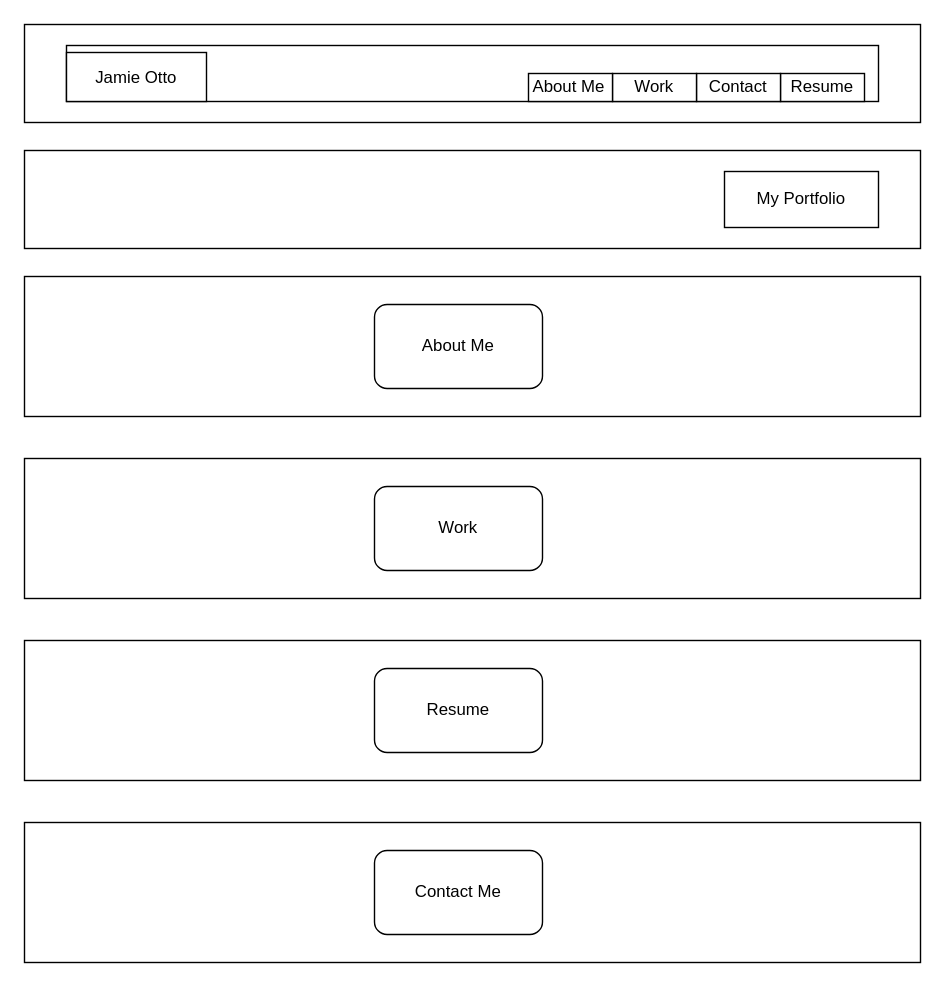
The draw.io diagram new.drawio in jmotto/My-Portfolio, before the edit. Source tidied: cells renumbered, new cells numbered last; positions are measured from the earlier drawing's top-left corner, leaving out a move shared by most shapes. Both pictures are drawn from the tidied source at 140%, with x=0, y=0 at pixel (24, 24).
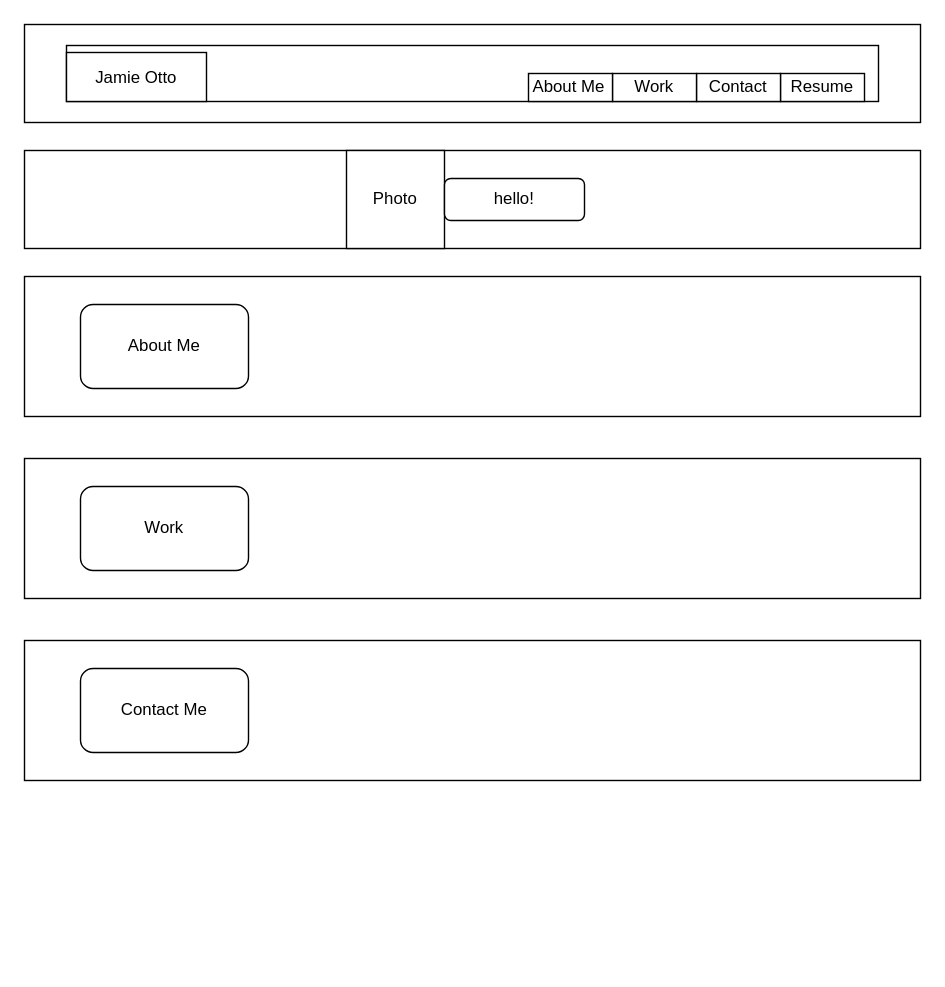
The same diagram, later.

Commit message (it also covers changes not shown here):
added resume and projects

What changed in the source:
```diff
@@
     <mxCell id="8" value="About Me" style="rounded=1;whiteSpace=wrap;html=1;" parent="1" vertex="1">
-      <mxGeometry x="250" y="200" width="120" height="60" as="geometry" />
+      <mxGeometry x="40" y="200" width="120" height="60" as="geometry" />
     </mxCell>
     <mxCell id="9" value="Work" style="rounded=1;whiteSpace=wrap;html=1;" parent="1" vertex="1">
-      <mxGeometry x="250" y="330" width="120" height="60" as="geometry" />
+      <mxGeometry x="40" y="330" width="120" height="60" as="geometry" />
     </mxCell>
-    <mxCell id="10" value="Resume" style="rounded=1;whiteSpace=wrap;html=1;" parent="1" vertex="1">
-      <mxGeometry x="250" y="460" width="120" height="60" as="geometry" />
-    </mxCell>
@@
-    <mxCell id="12" value="My Portfolio" style="rounded=0;whiteSpace=wrap;html=1;" parent="1" vertex="1">
-      <mxGeometry x="500" y="105" width="110" height="40" as="geometry" />
-    </mxCell>
@@
-    <mxCell id="18" style="rounded=0;whiteSpace=wrap;html=1;" parent="1" vertex="1">
-      <mxGeometry y="570" width="640" height="100" as="geometry" />
-    </mxCell>
     <mxCell id="19" value="Contact Me" style="rounded=1;whiteSpace=wrap;html=1;" parent="1" vertex="1">
-      <mxGeometry x="250" y="590" width="120" height="60" as="geometry" />
+      <mxGeometry x="40" y="460" width="120" height="60" as="geometry" />
     </mxCell>
+    <mxCell id="20" value="Photo" style="whiteSpace=wrap;html=1;" parent="1" vertex="1">
+      <mxGeometry x="230" y="90" width="70" height="70" as="geometry" />
+    </mxCell>
+    <mxCell id="21" value="hello!" style="rounded=1;whiteSpace=wrap;html=1;" parent="1" vertex="1">
+      <mxGeometry x="300" y="110" width="100" height="30" as="geometry" />
+    </mxCell>
```
